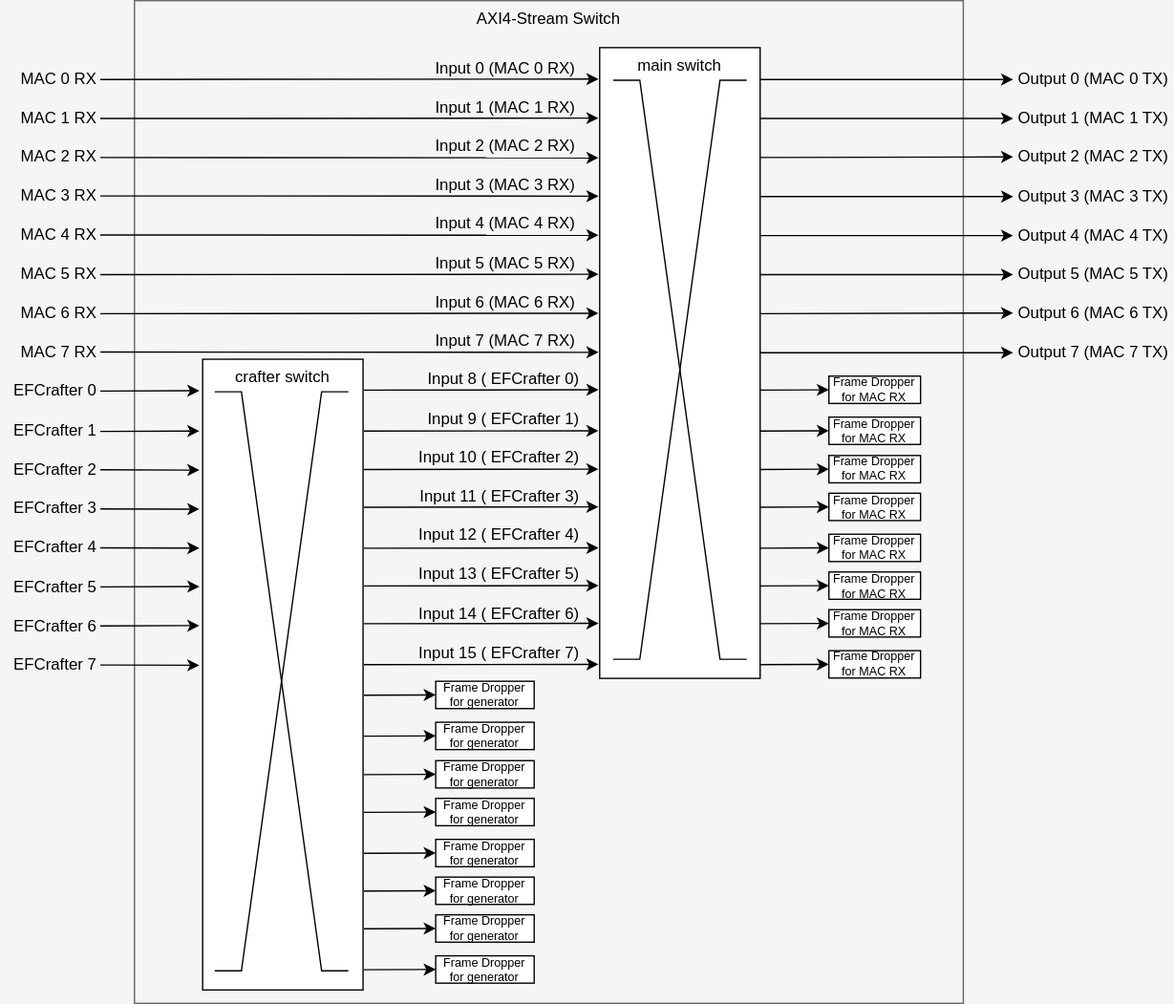
Earlier version of the draw.io export docs/sample_design-10g/img/axis_switch_block.drawio.svg (CCIRT/aist-tsn-efcc). Source tidied: cells renumbered, new cells last; positions are measured from the earlier drawing's top-left corner, leaving out a move shared by most shapes.
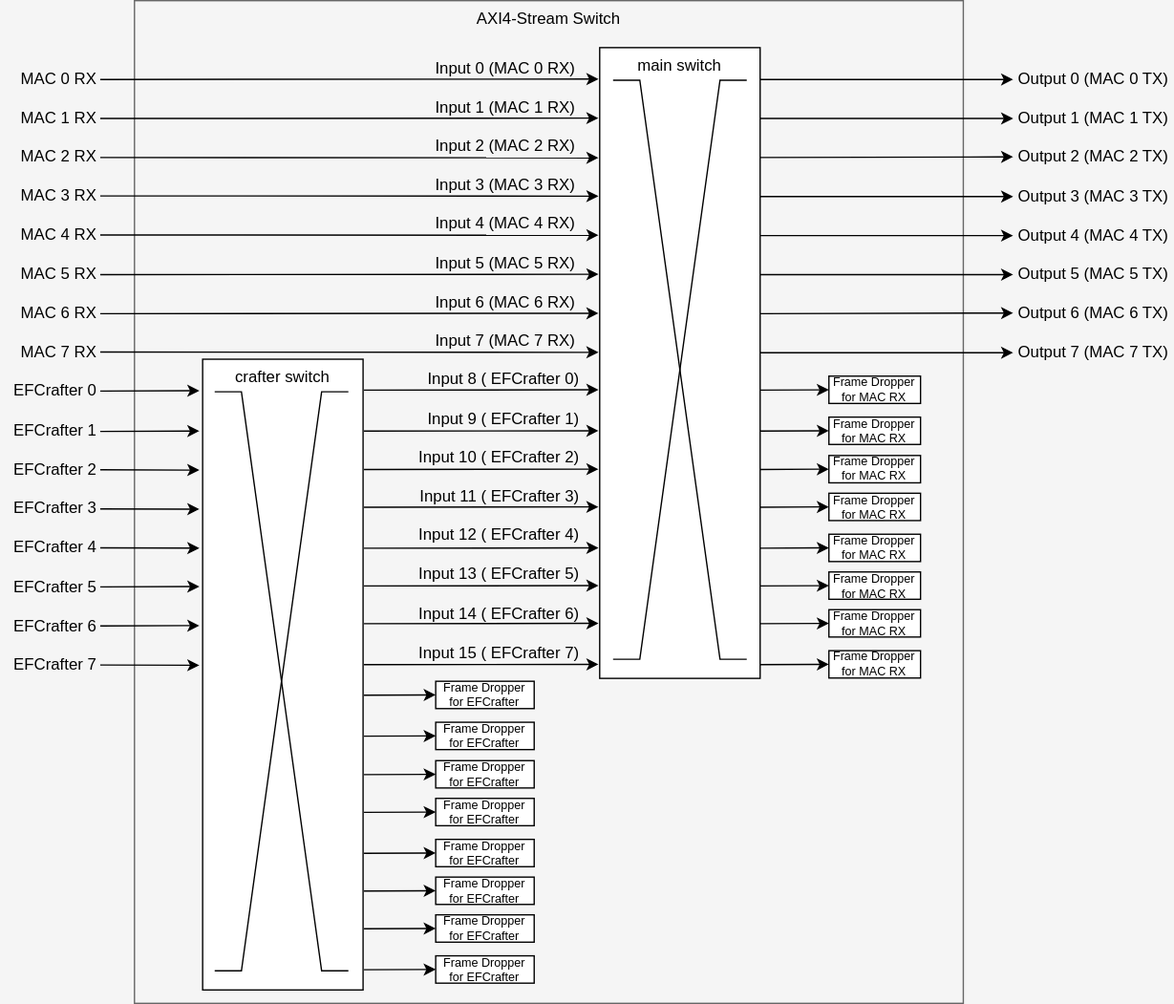
After the commit.

What changed in the source:
```diff
@@ -381,28 +381,28 @@
     <mxCell id="88" style="group;" parent="1" vertex="1">
       <mxGeometry x="325.3" y="509.1" width="73.7" height="225.8" as="geometry" />
     </mxCell>
-    <mxCell id="89" value="&lt;span style=&quot;color: rgb(0, 0, 0);&quot;&gt;Frame&amp;nbsp;&lt;/span&gt;Dropper for generator" style="rounded=0;whiteSpace=wrap;html=1;fillColor=default;fontSize=9;" parent="88" vertex="1">
+    <mxCell id="89" value="&lt;span style=&quot;color: rgb(0, 0, 0);&quot;&gt;Frame&amp;nbsp;&lt;/span&gt;Dropper for EFCrafter" style="rounded=0;whiteSpace=wrap;html=1;fillColor=default;fontSize=9;" parent="88" vertex="1">
       <mxGeometry width="73.7" height="20.4" as="geometry" />
     </mxCell>
-    <mxCell id="90" value="&lt;span style=&quot;color: rgb(0, 0, 0);&quot;&gt;&lt;span style=&quot;color: rgb(0, 0, 0);&quot;&gt;Frame&amp;nbsp;&lt;/span&gt;Dropper for generator&lt;/span&gt;" style="rounded=0;whiteSpace=wrap;html=1;fillColor=default;fontSize=9;" parent="88" vertex="1">
+    <mxCell id="90" value="&lt;span style=&quot;color: rgb(0, 0, 0);&quot;&gt;&lt;span style=&quot;color: rgb(0, 0, 0);&quot;&gt;Frame&amp;nbsp;&lt;/span&gt;Dropper for&amp;nbsp;&lt;/span&gt;&lt;span style=&quot;color: rgb(0, 0, 0);&quot;&gt;EFCrafter&lt;/span&gt;" style="rounded=0;whiteSpace=wrap;html=1;fillColor=default;fontSize=9;" parent="88" vertex="1">
       <mxGeometry y="30.7" width="73.7" height="20.4" as="geometry" />
     </mxCell>
-    <mxCell id="91" value="&lt;span style=&quot;color: rgb(0, 0, 0);&quot;&gt;&lt;span style=&quot;color: rgb(0, 0, 0);&quot;&gt;Frame&amp;nbsp;&lt;/span&gt;Dropper for generator&lt;/span&gt;" style="rounded=0;whiteSpace=wrap;html=1;fillColor=default;fontSize=9;" parent="88" vertex="1">
+    <mxCell id="91" value="&lt;span style=&quot;color: rgb(0, 0, 0);&quot;&gt;&lt;span style=&quot;color: rgb(0, 0, 0);&quot;&gt;Frame&amp;nbsp;&lt;/span&gt;Dropper for&amp;nbsp;&lt;/span&gt;&lt;span style=&quot;color: rgb(0, 0, 0);&quot;&gt;EFCrafter&lt;/span&gt;" style="rounded=0;whiteSpace=wrap;html=1;fillColor=default;fontSize=9;" parent="88" vertex="1">
       <mxGeometry y="59.4" width="73.7" height="20.4" as="geometry" />
     </mxCell>
-    <mxCell id="92" value="&lt;span style=&quot;color: rgb(0, 0, 0);&quot;&gt;&lt;span style=&quot;color: rgb(0, 0, 0);&quot;&gt;Frame&amp;nbsp;&lt;/span&gt;Dropper for generator&lt;/span&gt;" style="rounded=0;whiteSpace=wrap;html=1;fillColor=default;fontSize=9;" parent="88" vertex="1">
+    <mxCell id="92" value="&lt;span style=&quot;color: rgb(0, 0, 0);&quot;&gt;&lt;span style=&quot;color: rgb(0, 0, 0);&quot;&gt;Frame&amp;nbsp;&lt;/span&gt;Dropper for&amp;nbsp;&lt;/span&gt;&lt;span style=&quot;color: rgb(0, 0, 0);&quot;&gt;EFCrafter&lt;/span&gt;" style="rounded=0;whiteSpace=wrap;html=1;fillColor=default;fontSize=9;" parent="88" vertex="1">
       <mxGeometry y="87.6" width="73.7" height="20.4" as="geometry" />
     </mxCell>
-    <mxCell id="93" value="&lt;span style=&quot;color: rgb(0, 0, 0);&quot;&gt;&lt;span style=&quot;color: rgb(0, 0, 0);&quot;&gt;Frame&amp;nbsp;&lt;/span&gt;Dropper for generator&lt;/span&gt;" style="rounded=0;whiteSpace=wrap;html=1;fillColor=default;fontSize=9;" parent="88" vertex="1">
+    <mxCell id="93" value="&lt;span style=&quot;color: rgb(0, 0, 0);&quot;&gt;&lt;span style=&quot;color: rgb(0, 0, 0);&quot;&gt;Frame&amp;nbsp;&lt;/span&gt;Dropper for&amp;nbsp;&lt;/span&gt;&lt;span style=&quot;color: rgb(0, 0, 0);&quot;&gt;EFCrafter&lt;/span&gt;" style="rounded=0;whiteSpace=wrap;html=1;fillColor=default;fontSize=9;" parent="88" vertex="1">
       <mxGeometry y="118.3" width="73.7" height="20.4" as="geometry" />
     </mxCell>
-    <mxCell id="94" value="&lt;span style=&quot;color: rgb(0, 0, 0);&quot;&gt;&lt;span style=&quot;color: rgb(0, 0, 0);&quot;&gt;Frame&amp;nbsp;&lt;/span&gt;Dropper for generator&lt;/span&gt;" style="rounded=0;whiteSpace=wrap;html=1;fillColor=default;fontSize=9;" parent="88" vertex="1">
+    <mxCell id="94" value="&lt;span style=&quot;color: rgb(0, 0, 0);&quot;&gt;&lt;span style=&quot;color: rgb(0, 0, 0);&quot;&gt;Frame&amp;nbsp;&lt;/span&gt;Dropper for&amp;nbsp;&lt;/span&gt;&lt;span style=&quot;color: rgb(0, 0, 0);&quot;&gt;EFCrafter&lt;/span&gt;" style="rounded=0;whiteSpace=wrap;html=1;fillColor=default;fontSize=9;" parent="88" vertex="1">
       <mxGeometry y="146.5" width="73.7" height="20.4" as="geometry" />
     </mxCell>
-    <mxCell id="95" value="&lt;span style=&quot;color: rgb(0, 0, 0);&quot;&gt;&lt;span style=&quot;color: rgb(0, 0, 0);&quot;&gt;Frame&amp;nbsp;&lt;/span&gt;Dropper for generator&lt;/span&gt;" style="rounded=0;whiteSpace=wrap;html=1;fillColor=default;fontSize=9;" parent="88" vertex="1">
+    <mxCell id="95" value="&lt;span style=&quot;color: rgb(0, 0, 0);&quot;&gt;&lt;span style=&quot;color: rgb(0, 0, 0);&quot;&gt;Frame&amp;nbsp;&lt;/span&gt;Dropper for&amp;nbsp;&lt;/span&gt;&lt;span style=&quot;color: rgb(0, 0, 0);&quot;&gt;EFCrafter&lt;/span&gt;" style="rounded=0;whiteSpace=wrap;html=1;fillColor=default;fontSize=9;" parent="88" vertex="1">
       <mxGeometry y="174.7" width="73.7" height="20.4" as="geometry" />
     </mxCell>
-    <mxCell id="96" value="&lt;span style=&quot;color: rgb(0, 0, 0);&quot;&gt;&lt;span style=&quot;color: rgb(0, 0, 0);&quot;&gt;Frame&amp;nbsp;&lt;/span&gt;Dropper for generator&lt;/span&gt;" style="rounded=0;whiteSpace=wrap;html=1;fillColor=default;fontSize=9;" parent="88" vertex="1">
+    <mxCell id="96" value="&lt;span style=&quot;color: rgb(0, 0, 0);&quot;&gt;&lt;span style=&quot;color: rgb(0, 0, 0);&quot;&gt;Frame&amp;nbsp;&lt;/span&gt;Dropper for&amp;nbsp;&lt;/span&gt;&lt;span style=&quot;color: rgb(0, 0, 0);&quot;&gt;EFCrafter&lt;/span&gt;" style="rounded=0;whiteSpace=wrap;html=1;fillColor=default;fontSize=9;" parent="88" vertex="1">
       <mxGeometry y="205.4" width="73.7" height="20.4" as="geometry" />
     </mxCell>
     <mxCell id="97" style="group;" parent="1" vertex="1">
```
